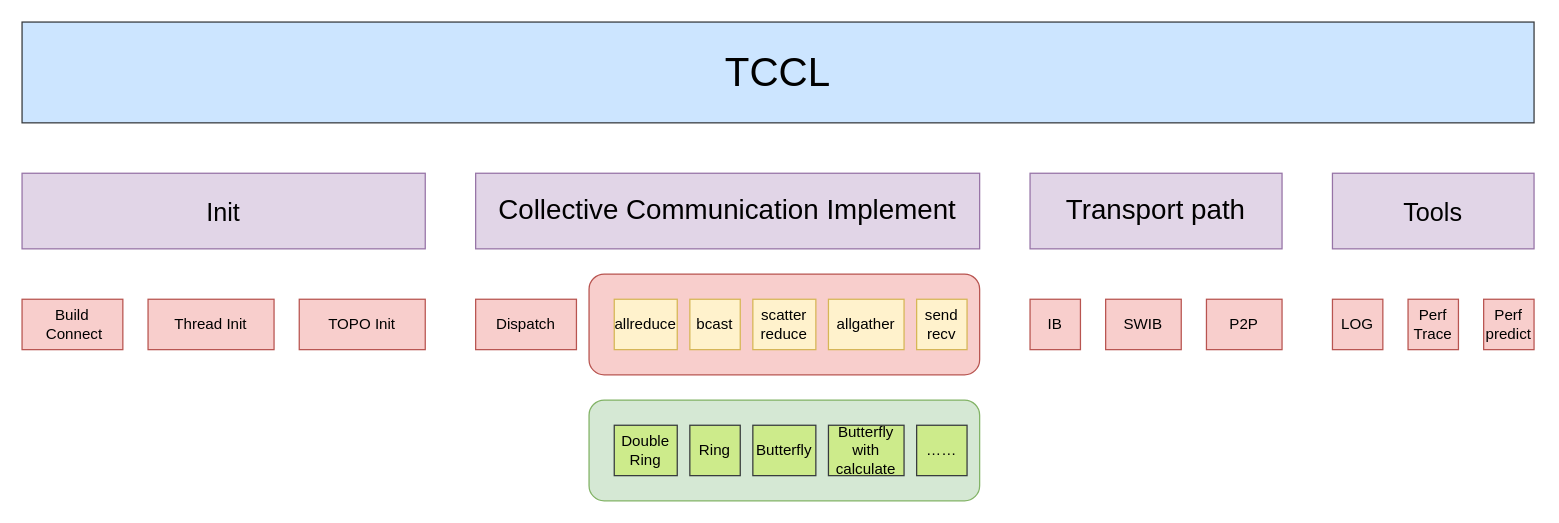
Before: TCCL/TCCL_ARCH/tccl_structure.drawio in BEYHHH/SBLP, a draw.io diagram. Source tidied: cells renumbered, new cells numbered last; positions are measured from the earlier drawing's top-left corner, leaving out a move shared by most shapes. Both pictures are drawn from the tidied source at 126%, with x=0, y=0 at pixel (21, 21).
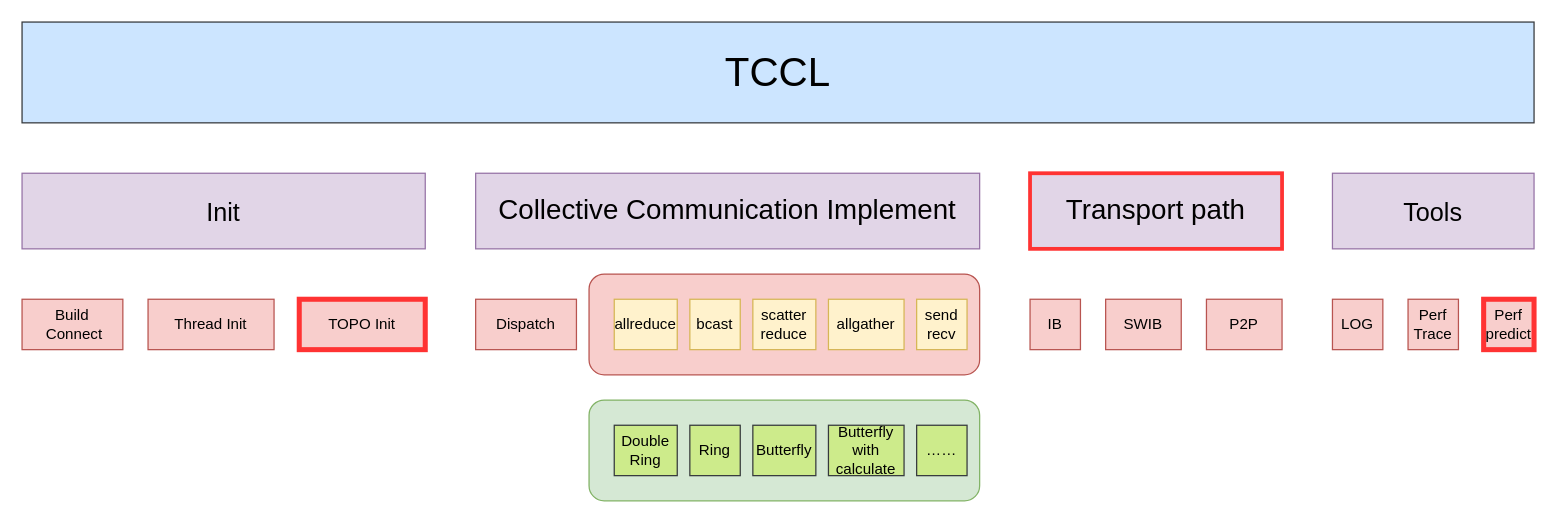
The same diagram, later.

What changed in the source:
```diff
@@
-    <mxCell id="8" value="&lt;font style=&quot;font-size: 22px;&quot;&gt;Transport path&lt;/font&gt;" style="rounded=0;whiteSpace=wrap;html=1;fillColor=#e1d5e7;strokeColor=#9673a6;fontSize=21;" parent="1" vertex="1">
+    <mxCell id="8" value="&lt;font style=&quot;font-size: 22px;&quot;&gt;Transport path&lt;/font&gt;" style="rounded=0;whiteSpace=wrap;html=1;fillColor=#e1d5e7;strokeColor=#FF3333;fontSize=21;strokeWidth=3;" parent="1" vertex="1">
       <mxGeometry x="800" y="120" width="200" height="60" as="geometry" />
     </mxCell>
@@
-    <mxCell id="21" value="Perf&lt;br&gt;predict" style="rounded=0;whiteSpace=wrap;html=1;fillColor=#f8cecc;strokeColor=#b85450;" parent="1" vertex="1">
+    <mxCell id="21" value="Perf&lt;br&gt;predict" style="rounded=0;whiteSpace=wrap;html=1;fillColor=#f8cecc;strokeColor=#FF3333;strokeWidth=4;" parent="1" vertex="1">
       <mxGeometry x="1160" y="220" width="40" height="40" as="geometry" />
     </mxCell>
-    <mxCell id="22" value="TOPO Init" style="rounded=0;whiteSpace=wrap;html=1;fillColor=#f8cecc;strokeColor=#b85450;" parent="1" vertex="1">
+    <mxCell id="22" value="TOPO Init" style="rounded=0;whiteSpace=wrap;html=1;fillColor=#f8cecc;strokeColor=#FF3333;strokeWidth=4;" parent="1" vertex="1">
       <mxGeometry x="220" y="220" width="100" height="40" as="geometry" />
     </mxCell>
```
